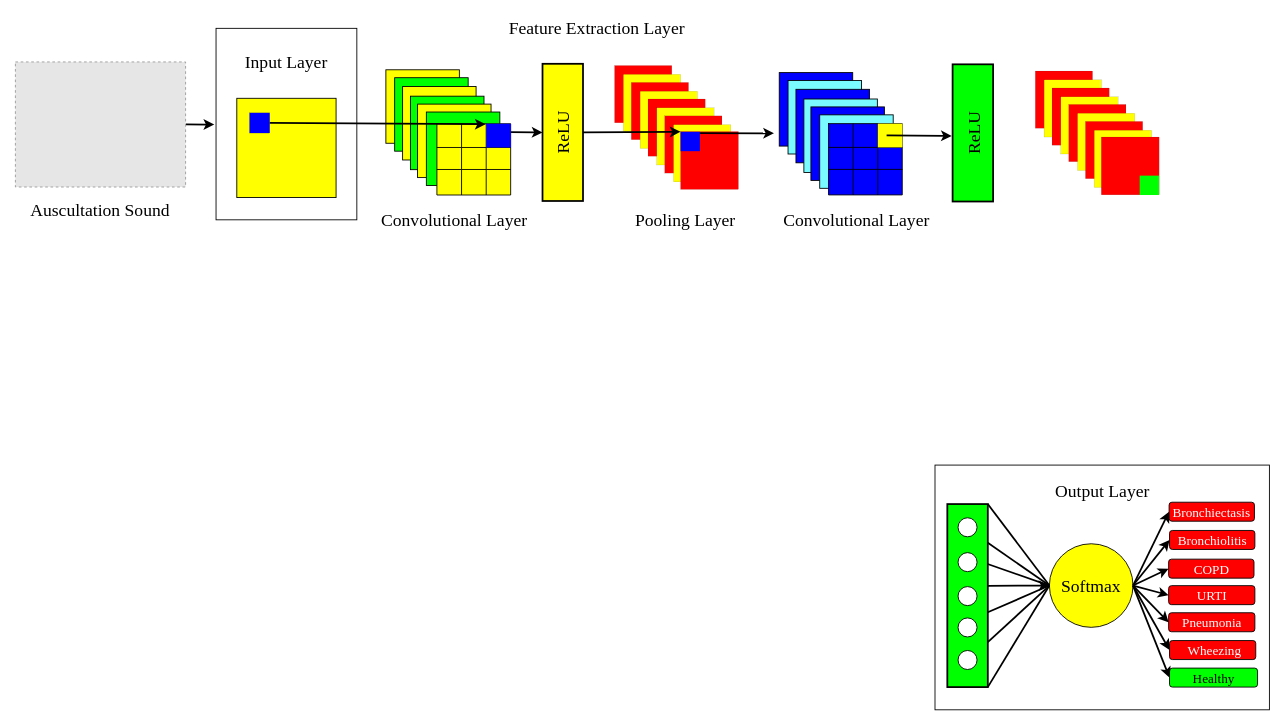
a3X3k/-Random- keeps this draw.io diagram as FYP.drawio. Above is the earlier version. Source tidied: cells renumbered, new cells numbered last; positions are measured from the earlier drawing's top-left corner, leaving out a move shared by most shapes. Both pictures are drawn from the tidied source at 88%, with x=0, y=0 at pixel (15, 14). Pictures stored in the file or linked from it are replaced by grey dashed boxes.
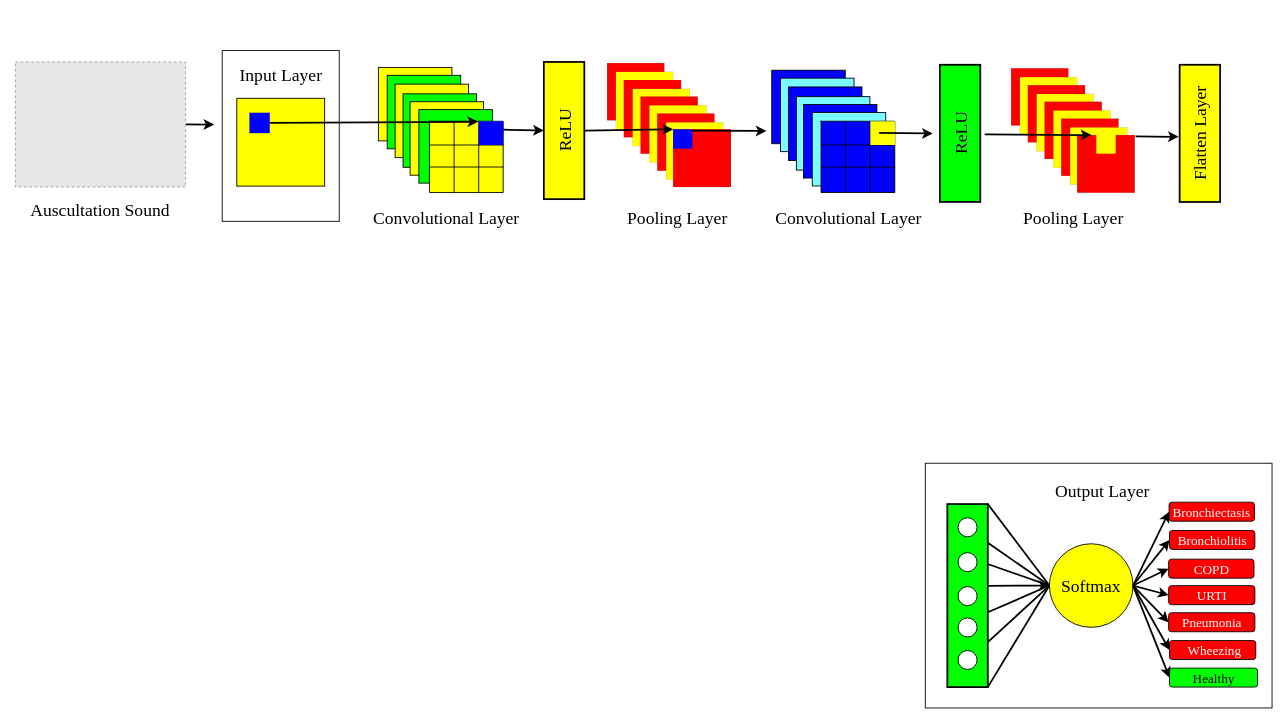
After the change.

Diff of the diagram source:
```diff
@@
     <mxCell id="2" style="rounded=0;whiteSpace=wrap;html=1;shadow=0;glass=0;sketch=0;fillStyle=auto;strokeColor=#000000;strokeWidth=1;fontFamily=Times New Roman;fontSize=20;fillColor=none;gradientColor=none;" parent="1" vertex="1">
-      <mxGeometry x="1045" y="512" width="380" height="278.1" as="geometry" />
+      <mxGeometry x="1034" y="509.9" width="394" height="278.1" as="geometry" />
     </mxCell>
     <mxCell id="3" style="rounded=0;whiteSpace=wrap;html=1;shadow=0;glass=0;sketch=0;fillStyle=auto;strokeColor=#000000;strokeWidth=1;fontFamily=Times New Roman;fontSize=20;fillColor=#FFFFFF;gradientColor=none;" parent="1" vertex="1">
-      <mxGeometry x="228" y="15.7" width="160" height="217.6" as="geometry" />
+      <mxGeometry x="235" y="41" width="133" height="194" as="geometry" />
     </mxCell>
@@
     <mxCell id="6" style="whiteSpace=wrap;html=1;fillColor=#FFFF00;shadow=0;strokeColor=#000000;rounded=0;sketch=0;glass=0;strokeWidth=1;fillStyle=auto;perimeterSpacing=0;fontSize=20;" parent="1" vertex="1">
-      <mxGeometry x="251.6" y="95.2" width="112.8" height="112.8" as="geometry" />
+      <mxGeometry x="251.6" y="95.2" width="99.8" height="99.8" as="geometry" />
     </mxCell>
@@
     <mxCell id="8" style="whiteSpace=wrap;html=1;fillColor=#FFFF00;shadow=0;strokeColor=#000000;rounded=0;sketch=0;glass=0;strokeWidth=1;fillStyle=auto;perimeterSpacing=0;fontSize=20;" parent="1" vertex="1">
-      <mxGeometry x="421" y="62.8" width="83.5" height="83.5" as="geometry" />
+      <mxGeometry x="412.5" y="60.1" width="83.5" height="83.5" as="geometry" />
     </mxCell>
     <mxCell id="9" style="whiteSpace=wrap;html=1;fillColor=#00ff00;shadow=0;strokeColor=#000000;rounded=0;sketch=0;glass=0;strokeWidth=1;fillStyle=auto;perimeterSpacing=0;fontSize=20;" parent="1" vertex="1">
-      <mxGeometry x="431" y="71.8" width="83.5" height="83.5" as="geometry" />
+      <mxGeometry x="422.5" y="69.1" width="83.5" height="83.5" as="geometry" />
     </mxCell>
     <mxCell id="10" style="whiteSpace=wrap;html=1;fillColor=#FFFF00;shadow=0;strokeColor=#000000;rounded=0;sketch=0;glass=0;strokeWidth=1;fillStyle=auto;perimeterSpacing=0;fontSize=20;" parent="1" vertex="1">
-      <mxGeometry x="440" y="81.8" width="83.5" height="83.5" as="geometry" />
+      <mxGeometry x="431.5" y="79.1" width="83.5" height="83.5" as="geometry" />
     </mxCell>
     <mxCell id="11" style="whiteSpace=wrap;html=1;fillColor=#00ff00;shadow=0;strokeColor=#000000;rounded=0;sketch=0;glass=0;strokeWidth=1;fillStyle=auto;perimeterSpacing=0;fontSize=20;" parent="1" vertex="1">
-      <mxGeometry x="449" y="92.8" width="83.5" height="83.5" as="geometry" />
+      <mxGeometry x="440.5" y="90.1" width="83.5" height="83.5" as="geometry" />
     </mxCell>
     <mxCell id="12" style="whiteSpace=wrap;html=1;fillColor=#FFFF00;shadow=0;strokeColor=#000000;rounded=0;sketch=0;glass=0;strokeWidth=1;fillStyle=auto;perimeterSpacing=0;fontSize=20;" parent="1" vertex="1">
-      <mxGeometry x="457" y="101.8" width="83.5" height="83.5" as="geometry" />
+      <mxGeometry x="448.5" y="99.1" width="83.5" height="83.5" as="geometry" />
     </mxCell>
     <mxCell id="13" style="whiteSpace=wrap;html=1;fillColor=#00ff00;shadow=0;strokeColor=#000000;rounded=0;sketch=0;glass=0;strokeWidth=1;fillStyle=auto;perimeterSpacing=0;fontSize=20;" parent="1" vertex="1">
-      <mxGeometry x="467" y="110.8" width="83.5" height="83.5" as="geometry" />
+      <mxGeometry x="458.5" y="108.1" width="83.5" height="83.5" as="geometry" />
     </mxCell>
     <mxCell id="14" style="whiteSpace=wrap;html=1;rounded=0;shadow=0;glass=0;sketch=0;fillStyle=auto;strokeColor=#000000;strokeWidth=0;fillColor=#FF0000;fontSize=20;" parent="1" vertex="1">
-      <mxGeometry x="680.9" y="58" width="65" height="65" as="geometry" />
+      <mxGeometry x="672.4" y="55.2" width="65" height="65" as="geometry" />
     </mxCell>
     <mxCell id="15" style="whiteSpace=wrap;html=1;rounded=0;shadow=0;glass=0;sketch=0;fillStyle=auto;strokeColor=#000000;strokeWidth=0;fillColor=#FFFF00;fontSize=20;" parent="1" vertex="1">
-      <mxGeometry x="690.9" y="68" width="65" height="65" as="geometry" />
+      <mxGeometry x="682.4" y="65.2" width="65" height="65" as="geometry" />
     </mxCell>
     <mxCell id="16" style="whiteSpace=wrap;html=1;rounded=0;shadow=0;glass=0;sketch=0;fillStyle=auto;strokeColor=#000000;strokeWidth=0;fillColor=#FF0000;fontSize=20;" parent="1" vertex="1">
-      <mxGeometry x="699.9" y="77.2" width="65" height="65" as="geometry" />
+      <mxGeometry x="691.4" y="74.5" width="65" height="65" as="geometry" />
     </mxCell>
     <mxCell id="17" style="whiteSpace=wrap;html=1;rounded=0;shadow=0;glass=0;sketch=0;fillStyle=auto;strokeColor=#000000;strokeWidth=0;fillColor=#FFFF00;fontSize=20;" parent="1" vertex="1">
-      <mxGeometry x="709.9" y="87.2" width="65" height="65" as="geometry" />
+      <mxGeometry x="701.4" y="84.5" width="65" height="65" as="geometry" />
     </mxCell>
     <mxCell id="18" style="whiteSpace=wrap;html=1;rounded=0;shadow=0;glass=0;sketch=0;fillStyle=auto;strokeColor=#000000;strokeWidth=0;fillColor=#FF0000;fontSize=20;" parent="1" vertex="1">
-      <mxGeometry x="718.9" y="96" width="65" height="65" as="geometry" />
+      <mxGeometry x="710.4" y="93.2" width="65" height="65" as="geometry" />
     </mxCell>
     <mxCell id="19" style="whiteSpace=wrap;html=1;rounded=0;shadow=0;glass=0;sketch=0;fillStyle=auto;strokeColor=#000000;strokeWidth=0;fillColor=#FFFF00;fontSize=20;" parent="1" vertex="1">
-      <mxGeometry x="728.9" y="106" width="65" height="65" as="geometry" />
+      <mxGeometry x="720.4" y="103.2" width="65" height="65" as="geometry" />
     </mxCell>
     <mxCell id="20" style="whiteSpace=wrap;html=1;rounded=0;shadow=0;glass=0;sketch=0;fillStyle=auto;strokeColor=#000000;strokeWidth=0;fillColor=#FF0000;fontSize=20;" parent="1" vertex="1">
-      <mxGeometry x="737.9" y="115.2" width="65" height="65" as="geometry" />
+      <mxGeometry x="729.4" y="112.5" width="65" height="65" as="geometry" />
     </mxCell>
     <mxCell id="21" style="whiteSpace=wrap;html=1;rounded=0;shadow=0;glass=0;sketch=0;fillStyle=auto;strokeColor=#000000;strokeWidth=0;fillColor=#FFFF00;fontSize=20;" parent="1" vertex="1">
-      <mxGeometry x="747.9" y="125.2" width="65" height="65" as="geometry" />
+      <mxGeometry x="739.4" y="122.5" width="65" height="65" as="geometry" />
     </mxCell>
     <mxCell id="22" style="whiteSpace=wrap;html=1;rounded=0;shadow=0;glass=0;sketch=0;fillStyle=auto;strokeColor=#000000;strokeWidth=0;fillColor=#FF0000;fontSize=20;" parent="1" vertex="1">
-      <mxGeometry x="755.9" y="133" width="65.7" height="65.7" as="geometry" />
+      <mxGeometry x="747.4" y="130.3" width="65.7" height="65.7" as="geometry" />
     </mxCell>
     <mxCell id="23" style="whiteSpace=wrap;html=1;rounded=0;shadow=0;glass=0;sketch=0;fillStyle=auto;strokeColor=none;strokeWidth=0;fillColor=#0000FF;fontSize=20;" parent="1" vertex="1">
-      <mxGeometry x="755.9" y="133.3" width="22" height="22" as="geometry" />
+      <mxGeometry x="747.4" y="130.5" width="22" height="22" as="geometry" />
     </mxCell>
     <mxCell id="24" style="shape=table;html=1;whiteSpace=wrap;startSize=0;childLayout=tableLayout;rounded=0;shadow=0;glass=0;sketch=0;fillStyle=auto;strokeColor=#000000;strokeWidth=1;fillColor=#FFFF00;gradientColor=none;swimlaneFillColor=none;fontSize=20;" parent="1" vertex="1">
-      <mxGeometry x="479" y="124.1" width="83.8" height="81" as="geometry" />
+      <mxGeometry x="470.5" y="121.3" width="83.8" height="81" as="geometry" />
     </mxCell>
@@
     <mxCell id="37" value="ReLU" style="rounded=0;whiteSpace=wrap;html=1;shadow=0;glass=0;sketch=0;fillStyle=auto;strokeColor=#000000;strokeWidth=2;fillColor=#FFFF00;gradientColor=none;direction=south;textDirection=ltr;horizontal=0;fontFamily=Times New Roman;fontSize=20;" parent="1" vertex="1">
-      <mxGeometry x="599" y="56" width="46" height="155.9" as="geometry" />
+      <mxGeometry x="600.5" y="53.9" width="46" height="155.9" as="geometry" />
     </mxCell>
@@
     <mxCell id="40" value="Input Layer" style="text;html=1;strokeColor=none;fillColor=none;align=center;verticalAlign=middle;whiteSpace=wrap;rounded=0;shadow=0;glass=0;sketch=0;fillStyle=auto;strokeWidth=1;fontFamily=Times New Roman;fontSize=20;" parent="1" vertex="1">
-      <mxGeometry x="256" y="38" width="104" height="30" as="geometry" />
+      <mxGeometry x="249.5" y="53.1" width="104" height="30" as="geometry" />
     </mxCell>
-    <mxCell id="41" value="Feature Extraction Layer" style="text;html=1;strokeColor=none;fillColor=none;align=center;verticalAlign=middle;whiteSpace=wrap;rounded=0;shadow=0;glass=0;sketch=0;fillStyle=auto;strokeWidth=1;fontFamily=Times New Roman;fontSize=20;" parent="1" vertex="1">
-      <mxGeometry x="559" y="0.2" width="204" height="30" as="geometry" />
-    </mxCell>
@@
     <mxCell id="43" value="Convolutional Layer" style="text;html=1;strokeColor=none;fillColor=none;align=center;verticalAlign=middle;whiteSpace=wrap;rounded=0;shadow=0;glass=0;sketch=0;fillStyle=auto;strokeWidth=1;fontFamily=Times New Roman;fontSize=20;" parent="1" vertex="1">
-      <mxGeometry x="413.8" y="218.2" width="170" height="30" as="geometry" />
+      <mxGeometry x="405.2" y="215.4" width="170" height="30" as="geometry" />
     </mxCell>
     <mxCell id="44" value="Pooling Layer" style="text;html=1;strokeColor=none;fillColor=none;align=center;verticalAlign=middle;whiteSpace=wrap;rounded=0;shadow=0;glass=0;sketch=0;fillStyle=auto;strokeWidth=1;fontFamily=Times New Roman;fontSize=20;" parent="1" vertex="1">
-      <mxGeometry x="681.9" y="218.2" width="159" height="30" as="geometry" />
+      <mxGeometry x="673.4" y="215.4" width="159" height="30" as="geometry" />
     </mxCell>
@@
     <mxCell id="46" style="endArrow=classic;html=1;rounded=0;strokeWidth=2;fontFamily=Times New Roman;fontSize=20;entryX=0.5;entryY=1;entryDx=0;entryDy=0;" parent="1" edge="1" target="37">
       <mxGeometry relative="1" as="geometry">
-        <mxPoint x="563" y="133.6" as="sourcePoint" />
+        <mxPoint x="554.5" y="130.9" as="sourcePoint" />
       </mxGeometry>
     </mxCell>
@@
     <mxCell id="48" style="endArrow=classic;html=1;rounded=0;strokeWidth=2;fontFamily=Times New Roman;fontSize=20;exitX=1;exitY=0;exitDx=0;exitDy=0;" parent="1" edge="1">
       <mxGeometry relative="1" as="geometry">
-        <mxPoint x="777.9" y="134.7" as="sourcePoint" />
-        <mxPoint x="862" y="135" as="targetPoint" />
+        <mxPoint x="769.4" y="132" as="sourcePoint" />
+        <mxPoint x="853.5" y="132.3" as="targetPoint" />
       </mxGeometry>
     </mxCell>
@@
     <mxCell id="76" style="whiteSpace=wrap;html=1;fillColor=#0000FF;shadow=0;strokeColor=#000000;rounded=0;sketch=0;glass=0;strokeWidth=1;fillStyle=auto;perimeterSpacing=0;fontSize=20;" parent="1" vertex="1">
-      <mxGeometry x="868" y="66" width="83.5" height="83.5" as="geometry" />
+      <mxGeometry x="859.5" y="63.3" width="83.5" height="83.5" as="geometry" />
     </mxCell>
     <mxCell id="77" style="whiteSpace=wrap;html=1;fillColor=#7AFBFF;shadow=0;strokeColor=#000000;rounded=0;sketch=0;glass=0;strokeWidth=1;fillStyle=auto;perimeterSpacing=0;fontSize=20;" parent="1" vertex="1">
-      <mxGeometry x="878" y="75" width="83.5" height="83.5" as="geometry" />
+      <mxGeometry x="869.5" y="72.3" width="83.5" height="83.5" as="geometry" />
     </mxCell>
     <mxCell id="78" style="whiteSpace=wrap;html=1;fillColor=#0000FF;shadow=0;strokeColor=#000000;rounded=0;sketch=0;glass=0;strokeWidth=1;fillStyle=auto;perimeterSpacing=0;fontSize=20;" parent="1" vertex="1">
-      <mxGeometry x="887" y="85" width="83.5" height="83.5" as="geometry" />
+      <mxGeometry x="878.5" y="82.3" width="83.5" height="83.5" as="geometry" />
     </mxCell>
     <mxCell id="79" style="whiteSpace=wrap;html=1;fillColor=#7AFBFF;shadow=0;strokeColor=#000000;rounded=0;sketch=0;glass=0;strokeWidth=1;fillStyle=auto;perimeterSpacing=0;fontSize=20;" parent="1" vertex="1">
-      <mxGeometry x="896" y="96" width="83.5" height="83.5" as="geometry" />
+      <mxGeometry x="887.5" y="93.3" width="83.5" height="83.5" as="geometry" />
     </mxCell>
     <mxCell id="80" style="whiteSpace=wrap;html=1;fillColor=#0000FF;shadow=0;strokeColor=#000000;rounded=0;sketch=0;glass=0;strokeWidth=1;fillStyle=auto;perimeterSpacing=0;fontSize=20;" parent="1" vertex="1">
-      <mxGeometry x="904" y="105" width="83.5" height="83.5" as="geometry" />
+      <mxGeometry x="895.5" y="102.3" width="83.5" height="83.5" as="geometry" />
     </mxCell>
     <mxCell id="81" style="whiteSpace=wrap;html=1;fillColor=#7AFBFF;shadow=0;strokeColor=#000000;rounded=0;sketch=0;glass=0;strokeWidth=1;fillStyle=auto;perimeterSpacing=0;fontSize=20;" parent="1" vertex="1">
-      <mxGeometry x="914" y="114" width="83.5" height="83.5" as="geometry" />
+      <mxGeometry x="905.5" y="111.3" width="83.5" height="83.5" as="geometry" />
     </mxCell>
     <mxCell id="82" style="shape=table;html=1;whiteSpace=wrap;startSize=0;childLayout=tableLayout;rounded=0;shadow=0;glass=0;sketch=0;fillStyle=auto;strokeColor=#000000;strokeWidth=1;fillColor=#0000FF;gradientColor=none;swimlaneFillColor=none;fontSize=20;" parent="1" vertex="1">
-      <mxGeometry x="924" y="124" width="83.8" height="81" as="geometry" />
+      <mxGeometry x="915.5" y="121.3" width="83.8" height="81" as="geometry" />
     </mxCell>
@@
     <mxCell id="95" value="Convolutional Layer" style="text;html=1;strokeColor=none;fillColor=none;align=center;verticalAlign=middle;whiteSpace=wrap;rounded=0;shadow=0;glass=0;sketch=0;fillStyle=auto;strokeWidth=1;fontFamily=Times New Roman;fontSize=20;" parent="1" vertex="1">
-      <mxGeometry x="870.8" y="218.2" width="170" height="30" as="geometry" />
+      <mxGeometry x="862.2" y="215.4" width="170" height="30" as="geometry" />
     </mxCell>
     <mxCell id="96" value="ReLU" style="rounded=0;whiteSpace=wrap;html=1;shadow=0;glass=0;sketch=0;fillStyle=auto;strokeColor=#000000;strokeWidth=2;fillColor=#00FF00;gradientColor=none;direction=south;textDirection=ltr;horizontal=0;fontFamily=Times New Roman;fontSize=20;" parent="1" vertex="1">
-      <mxGeometry x="1065" y="56.6" width="46" height="155.9" as="geometry" />
+      <mxGeometry x="1050.5" y="57.1" width="46" height="155.9" as="geometry" />
     </mxCell>
     <mxCell id="97" style="endArrow=classic;html=1;rounded=0;strokeWidth=2;fontFamily=Times New Roman;fontSize=20;exitX=1;exitY=0;exitDx=0;exitDy=0;" parent="1" edge="1">
       <mxGeometry relative="1" as="geometry">
-        <mxPoint x="990" y="137.2" as="sourcePoint" />
-        <mxPoint x="1064" y="138" as="targetPoint" />
+        <mxPoint x="981.5" y="134.5" as="sourcePoint" />
+        <mxPoint x="1042.5" y="135.3" as="targetPoint" />
       </mxGeometry>
     </mxCell>
     <mxCell id="98" style="whiteSpace=wrap;html=1;rounded=0;shadow=0;glass=0;sketch=0;fillStyle=auto;strokeColor=#000000;strokeWidth=0;fillColor=#FF0000;fontSize=20;" parent="1" vertex="1">
-      <mxGeometry x="1159" y="64.2" width="65" height="65" as="geometry" />
+      <mxGeometry x="1131.5" y="61.1" width="65" height="65" as="geometry" />
     </mxCell>
     <mxCell id="99" style="whiteSpace=wrap;html=1;rounded=0;shadow=0;glass=0;sketch=0;fillStyle=auto;strokeColor=#000000;strokeWidth=0;fillColor=#FFFF00;fontSize=20;" parent="1" vertex="1">
-      <mxGeometry x="1169" y="74.2" width="65" height="65" as="geometry" />
+      <mxGeometry x="1141.5" y="71.1" width="65" height="65" as="geometry" />
     </mxCell>
     <mxCell id="100" style="whiteSpace=wrap;html=1;rounded=0;shadow=0;glass=0;sketch=0;fillStyle=auto;strokeColor=#000000;strokeWidth=0;fillColor=#FF0000;fontSize=20;" parent="1" vertex="1">
-      <mxGeometry x="1178" y="83.5" width="65" height="65" as="geometry" />
+      <mxGeometry x="1150.5" y="80.3" width="65" height="65" as="geometry" />
     </mxCell>
     <mxCell id="101" style="whiteSpace=wrap;html=1;rounded=0;shadow=0;glass=0;sketch=0;fillStyle=auto;strokeColor=#000000;strokeWidth=0;fillColor=#FFFF00;fontSize=20;" parent="1" vertex="1">
-      <mxGeometry x="1188" y="93.5" width="65" height="65" as="geometry" />
+      <mxGeometry x="1160.5" y="90.3" width="65" height="65" as="geometry" />
     </mxCell>
     <mxCell id="102" style="whiteSpace=wrap;html=1;rounded=0;shadow=0;glass=0;sketch=0;fillStyle=auto;strokeColor=#000000;strokeWidth=0;fillColor=#FF0000;fontSize=20;" parent="1" vertex="1">
-      <mxGeometry x="1197" y="102.2" width="65" height="65" as="geometry" />
+      <mxGeometry x="1169.5" y="99.1" width="65" height="65" as="geometry" />
     </mxCell>
     <mxCell id="103" style="whiteSpace=wrap;html=1;rounded=0;shadow=0;glass=0;sketch=0;fillStyle=auto;strokeColor=#000000;strokeWidth=0;fillColor=#FFFF00;fontSize=20;" parent="1" vertex="1">
-      <mxGeometry x="1207" y="112.2" width="65" height="65" as="geometry" />
+      <mxGeometry x="1179.5" y="109.1" width="65" height="65" as="geometry" />
     </mxCell>
     <mxCell id="104" style="whiteSpace=wrap;html=1;rounded=0;shadow=0;glass=0;sketch=0;fillStyle=auto;strokeColor=#000000;strokeWidth=0;fillColor=#FF0000;fontSize=20;" parent="1" vertex="1">
-      <mxGeometry x="1216" y="121.5" width="65" height="65" as="geometry" />
+      <mxGeometry x="1188.5" y="118.3" width="65" height="65" as="geometry" />
     </mxCell>
     <mxCell id="105" style="whiteSpace=wrap;html=1;rounded=0;shadow=0;glass=0;sketch=0;fillStyle=auto;strokeColor=#000000;strokeWidth=0;fillColor=#FFFF00;fontSize=20;" parent="1" vertex="1">
-      <mxGeometry x="1226" y="131.5" width="65" height="65" as="geometry" />
+      <mxGeometry x="1198.5" y="128.3" width="65" height="65" as="geometry" />
     </mxCell>
     <mxCell id="106" style="whiteSpace=wrap;html=1;rounded=0;shadow=0;glass=0;sketch=0;fillStyle=auto;strokeColor=#000000;strokeWidth=0;fillColor=#FF0000;fontSize=20;" parent="1" vertex="1">
-      <mxGeometry x="1234" y="139.2" width="65.7" height="65.7" as="geometry" />
+      <mxGeometry x="1206.5" y="137" width="65.5" height="65.5" as="geometry" />
     </mxCell>
-    <mxCell id="107" style="whiteSpace=wrap;html=1;rounded=0;shadow=0;glass=0;sketch=0;fillStyle=auto;strokeColor=none;strokeWidth=0;fillColor=#00FF00;fontSize=20;" parent="1" vertex="1">
-      <mxGeometry x="1277.6" y="183.1" width="22" height="22" as="geometry" />
+    <mxCell id="107" style="whiteSpace=wrap;html=1;rounded=0;shadow=0;glass=0;sketch=0;fillStyle=auto;strokeColor=none;strokeWidth=0;fillColor=#FFFF00;fontSize=20;" parent="1" vertex="1">
+      <mxGeometry x="1228.3" y="136.1" width="22" height="22" as="geometry" />
     </mxCell>
+    <mxCell id="108" style="endArrow=classic;html=1;rounded=0;strokeWidth=2;fontFamily=Times New Roman;fontSize=20;entryX=0.25;entryY=0;entryDx=0;entryDy=0;" parent="1" edge="1" target="106">
+      <mxGeometry relative="1" as="geometry">
+        <mxPoint x="1101.5" y="136.3" as="sourcePoint" />
+      </mxGeometry>
+    </mxCell>
+    <mxCell id="109" value="Pooling Layer" style="text;html=1;strokeColor=none;fillColor=none;align=center;verticalAlign=middle;whiteSpace=wrap;rounded=0;shadow=0;glass=0;sketch=0;fillStyle=auto;strokeWidth=1;fontFamily=Times New Roman;fontSize=20;" parent="1" vertex="1">
+      <mxGeometry x="1122.5" y="215.4" width="159" height="30" as="geometry" />
+    </mxCell>
+    <mxCell id="110" value="Flatten Layer" style="rounded=0;whiteSpace=wrap;html=1;shadow=0;glass=0;sketch=0;fillStyle=auto;strokeColor=#000000;strokeWidth=2;fillColor=#FFFF00;gradientColor=none;direction=south;textDirection=ltr;horizontal=0;fontFamily=Times New Roman;fontSize=20;" parent="1" vertex="1">
+      <mxGeometry x="1323" y="57.1" width="46" height="155.9" as="geometry" />
+    </mxCell>
+    <mxCell id="111" style="endArrow=classic;html=1;rounded=0;strokeWidth=2;fontFamily=Times New Roman;fontSize=20;exitX=1;exitY=0;exitDx=0;exitDy=0;" parent="1" edge="1">
+      <mxGeometry relative="1" as="geometry">
+        <mxPoint x="1272.9" y="138.5" as="sourcePoint" />
+        <mxPoint x="1322" y="139" as="targetPoint" />
+      </mxGeometry>
+    </mxCell>
```
